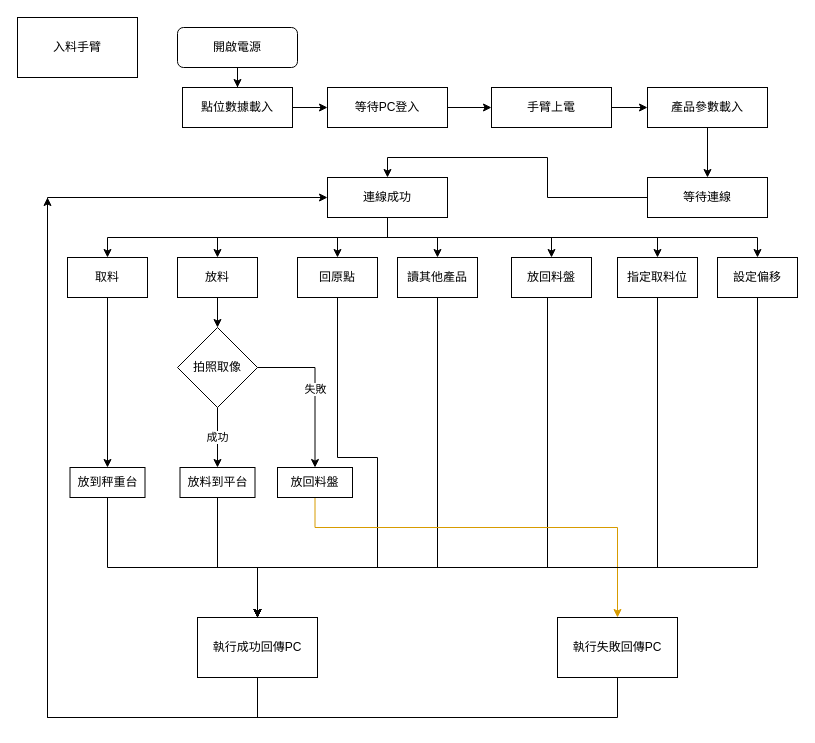
Before: page "Page-1" (1 of 2) of 未命名绘图.drawio in RickLin19921104/murder, a draw.io diagram. Source tidied: cells renumbered, new cells numbered last; positions are measured from the earlier drawing's top-left corner, leaving out a move shared by most shapes. Both pictures are drawn from the tidied source at 100%, with x=0, y=0 at pixel (17, 17).
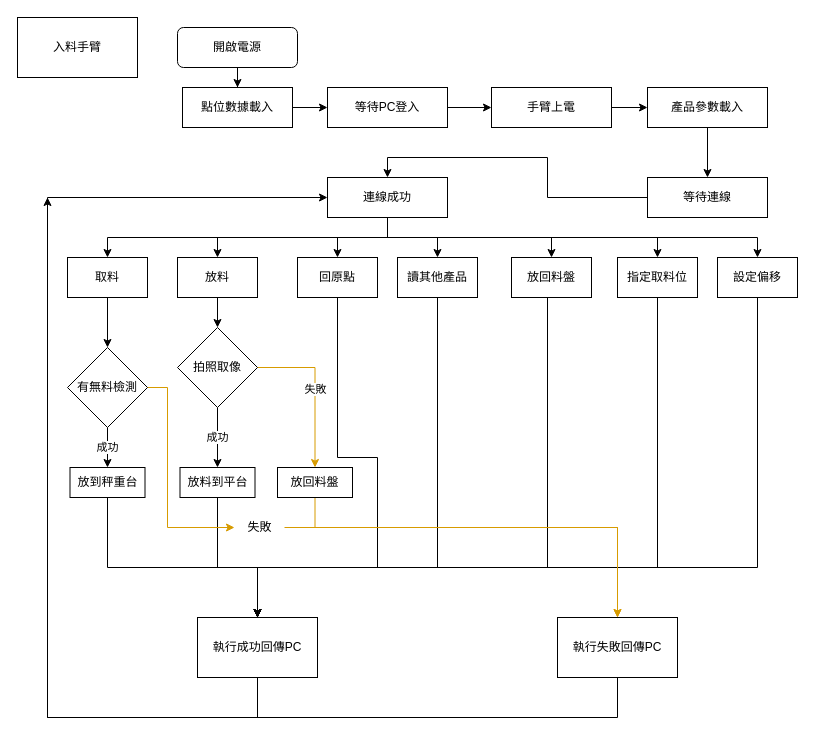
The same diagram, later.

Commit message (it also covers changes not shown here):
更新未命名绘图.drawio

The change refers to these unchanged cells:
```xml
<mxCell id="24" value="取料" style="rounded=0;whiteSpace=wrap;html=1;" parent="1" vertex="1">
  <mxGeometry x="50" y="240" width="80" height="40" as="geometry" />
</mxCell>
<mxCell id="37" value="拍照取像" style="rhombus;whiteSpace=wrap;html=1;" parent="1" vertex="1">
  <mxGeometry x="160" y="310" width="80" height="80" as="geometry" />
</mxCell>
<mxCell id="41" value="執行失敗回傳PC" style="rounded=0;whiteSpace=wrap;html=1;" parent="1" vertex="1">
  <mxGeometry x="540" y="600" width="120" height="60" as="geometry" />
</mxCell>
<mxCell id="45" value="放回料盤" style="rounded=0;whiteSpace=wrap;html=1;" parent="1" vertex="1">
  <mxGeometry x="260" y="450" width="75" height="30" as="geometry" />
</mxCell>
<mxCell id="47" value="放到秤重台" style="rounded=0;whiteSpace=wrap;html=1;" parent="1" vertex="1">
  <mxGeometry x="52.5" y="450" width="75" height="30" as="geometry" />
</mxCell>
```

What changed in the source:
```diff
@@
-    <mxCell id="23" style="edgeStyle=orthogonalEdgeStyle;rounded=0;jettySize=auto;html=1;" parent="1" edge="1" source="24" target="47">
-      <mxGeometry relative="1" as="geometry" />
-    </mxCell>
+    <mxCell id="50" style="edgeStyle=orthogonalEdgeStyle;rounded=0;jettySize=auto;html=1;entryX=0.5;entryY=0;entryDx=0;entryDy=0;" parent="1" edge="1" source="24" target="53">
+      <mxGeometry relative="1" as="geometry" />
+    </mxCell>
@@
-    <mxCell id="36" value="失敗" style="edgeStyle=orthogonalEdgeStyle;rounded=0;jettySize=auto;html=1;entryX=0.5;entryY=0;entryDx=0;entryDy=0;" parent="1" edge="1" source="37" target="45">
+    <mxCell id="36" value="失敗" style="edgeStyle=orthogonalEdgeStyle;rounded=0;jettySize=auto;html=1;entryX=0.5;entryY=0;entryDx=0;entryDy=0;fillColor=#ffe6cc;strokeColor=#d79b00;" parent="1" edge="1" source="37" target="45">
       <mxGeometry relative="1" as="geometry">
         <Array as="points">
           <mxPoint x="298" y="350" />
         </Array>
       </mxGeometry>
     </mxCell>
@@
+    <mxCell id="51" value="成功" style="edgeStyle=orthogonalEdgeStyle;rounded=0;jettySize=auto;html=1;entryX=0.5;entryY=0;entryDx=0;entryDy=0;" parent="1" edge="1" source="53" target="47">
+      <mxGeometry relative="1" as="geometry" />
+    </mxCell>
+    <mxCell id="52" style="edgeStyle=orthogonalEdgeStyle;rounded=0;jettySize=auto;html=1;fillColor=#ffe6cc;strokeColor=#d79b00;" parent="1" edge="1" source="53" target="55">
+      <mxGeometry relative="1" as="geometry">
+        <Array as="points">
+          <mxPoint x="150" y="370" />
+          <mxPoint x="150" y="510" />
+        </Array>
+      </mxGeometry>
+    </mxCell>
+    <mxCell id="53" value="有無料檢測" style="rhombus;whiteSpace=wrap;html=1;" parent="1" vertex="1">
+      <mxGeometry x="50" y="330" width="80" height="80" as="geometry" />
+    </mxCell>
+    <mxCell id="54" style="edgeStyle=orthogonalEdgeStyle;rounded=0;jettySize=auto;html=1;entryX=0.5;entryY=0;entryDx=0;entryDy=0;fillColor=#ffe6cc;strokeColor=#d79b00;" parent="1" edge="1" source="55" target="41">
+      <mxGeometry relative="1" as="geometry" />
+    </mxCell>
+    <mxCell id="55" value="失敗" style="text;html=1;align=center;verticalAlign=middle;points=[];strokeColor=none;fillColor=none;" parent="1" vertex="1">
+      <mxGeometry x="217" y="495" width="50" height="30" as="geometry" />
+    </mxCell>
```
